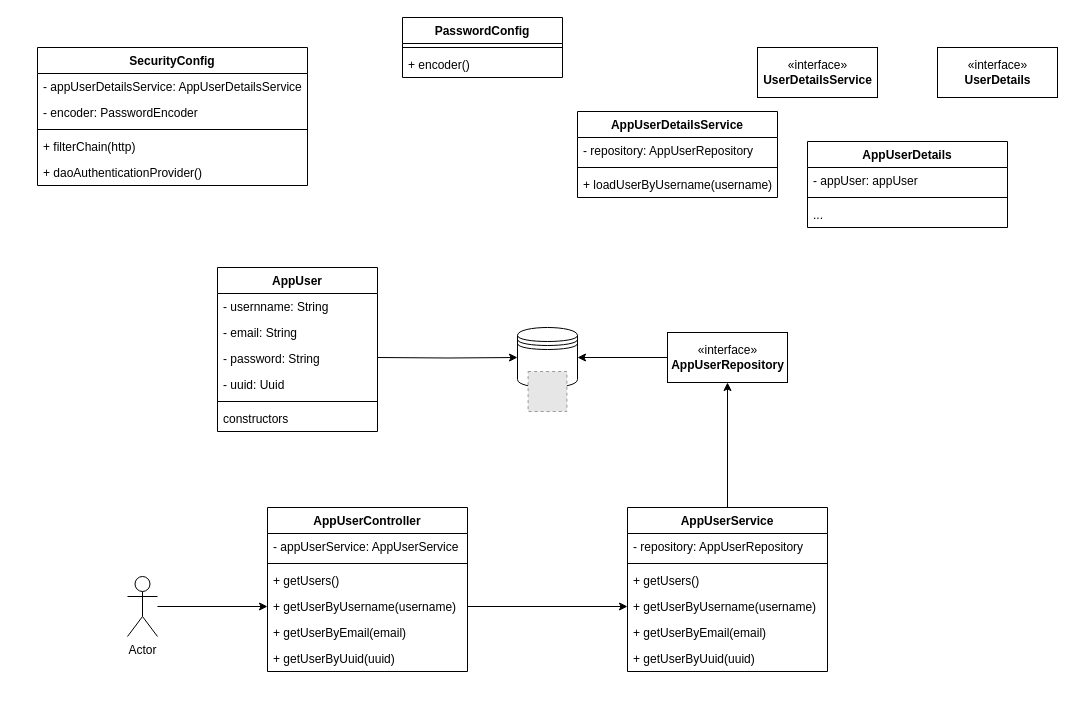
The draw.io diagram user-auth.drawio in xDavide9/spring-auth, before the edit. Source tidied: cells renumbered, new cells numbered last; positions are measured from the earlier drawing's top-left corner, leaving out a move shared by most shapes. Both pictures are drawn from the tidied source at 100%, with x=0, y=0 at pixel (37, 17). Pictures stored in the file or linked from it are replaced by grey dashed boxes.
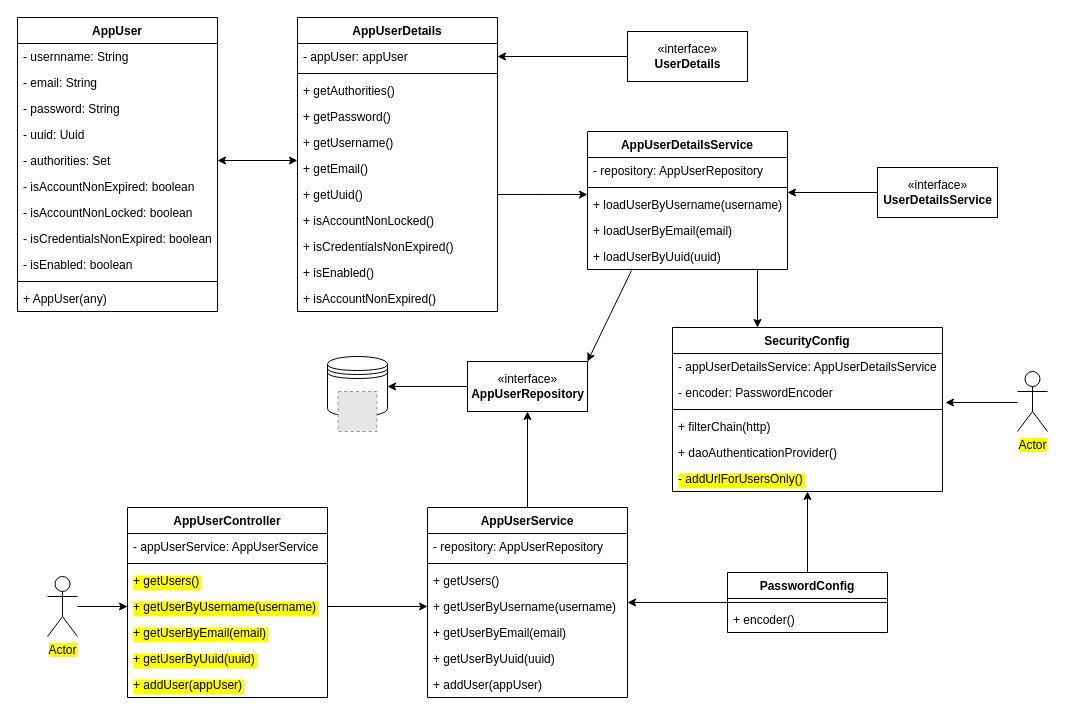
The same page after the edit.

Commit message:
Finish UML class diagram

The change refers to these unchanged cells:
```xml
<mxCell id="13" value="- encoder: PasswordEncoder" style="text;strokeColor=none;fillColor=none;align=left;verticalAlign=top;spacingLeft=4;spacingRight=4;overflow=hidden;points=[[0,0.5],[1,0.5]];portConstraint=eastwest;" parent="11" vertex="1">
  <mxGeometry y="52" width="270" height="26" as="geometry" />
</mxCell>
<mxCell id="22" value="- appUser: appUser" style="text;strokeColor=none;fillColor=none;align=left;verticalAlign=top;spacingLeft=4;spacingRight=4;overflow=hidden;points=[[0,0.5],[1,0.5]];portConstraint=eastwest;" parent="21" vertex="1">
  <mxGeometry y="26" width="200" height="26" as="geometry" />
</mxCell>
```

Diff of the diagram source:
```diff
@@
     <mxCell id="2" style="shape=datastore;whiteSpace=wrap;html=1;" parent="1" vertex="1">
-      <mxGeometry x="480" y="310" width="60" height="60" as="geometry" />
+      <mxGeometry x="290" y="339" width="60" height="60" as="geometry" />
     </mxCell>
     <mxCell id="3" style="fillColor=#E6E6E6;strokeColor=#999999;dashed=1;verticalLabelPosition=bottom;labelBackgroundColor=default;verticalAlign=top;" parent="1" vertex="1">
-      <mxGeometry x="490.6" y="354" width="38.8" height="40" as="geometry" />
+      <mxGeometry x="300.6" y="374" width="38.8" height="40" as="geometry" />
     </mxCell>
     <mxCell id="4" value="AppUser" style="swimlane;fontStyle=1;align=center;verticalAlign=top;horizontal=1;startSize=26;strokeColor=default;" parent="1" vertex="1">
-      <mxGeometry x="180" y="250" width="160" height="164" as="geometry" />
+      <mxGeometry x="-20" width="200" height="294" as="geometry" />
     </mxCell>
     <mxCell id="5" value="- usernname: String" style="text;strokeColor=none;fillColor=none;align=left;verticalAlign=top;spacingLeft=4;spacingRight=4;overflow=hidden;" parent="4" vertex="1">
-      <mxGeometry y="26" width="160" height="26" as="geometry" />
+      <mxGeometry y="26" width="200" height="26" as="geometry" />
     </mxCell>
     <mxCell id="6" value="- email: String" style="text;strokeColor=none;fillColor=none;align=left;verticalAlign=top;spacingLeft=4;spacingRight=4;overflow=hidden;" parent="4" vertex="1">
-      <mxGeometry y="52" width="160" height="26" as="geometry" />
+      <mxGeometry y="52" width="200" height="26" as="geometry" />
     </mxCell>
     <mxCell id="7" value="- password: String" style="text;strokeColor=none;fillColor=none;align=left;verticalAlign=top;spacingLeft=4;spacingRight=4;overflow=hidden;" parent="4" vertex="1">
-      <mxGeometry y="78" width="160" height="26" as="geometry" />
+      <mxGeometry y="78" width="200" height="26" as="geometry" />
     </mxCell>
     <mxCell id="8" value="- uuid: Uuid" style="text;strokeColor=none;fillColor=none;align=left;verticalAlign=top;spacingLeft=4;spacingRight=4;overflow=hidden;" parent="4" vertex="1">
-      <mxGeometry y="104" width="160" height="26" as="geometry" />
+      <mxGeometry y="104" width="200" height="26" as="geometry" />
     </mxCell>
+    <mxCell id="10" value="- authorities: Set" style="text;strokeColor=none;fillColor=none;align=left;verticalAlign=top;spacingLeft=4;spacingRight=4;overflow=hidden;points=[[0,0.5],[1,0.5]];portConstraint=eastwest;" parent="4" vertex="1">
+      <mxGeometry y="130" width="200" height="26" as="geometry" />
+    </mxCell>
+    <mxCell id="51" value="- isAccountNonExpired: boolean" style="text;strokeColor=none;fillColor=none;align=left;verticalAlign=top;spacingLeft=4;spacingRight=4;overflow=hidden;" parent="4" vertex="1">
+      <mxGeometry y="156" width="200" height="26" as="geometry" />
+    </mxCell>
+    <mxCell id="52" value="- isAccountNonLocked: boolean" style="text;strokeColor=none;fillColor=none;align=left;verticalAlign=top;spacingLeft=4;spacingRight=4;overflow=hidden;" parent="4" vertex="1">
+      <mxGeometry y="182" width="200" height="26" as="geometry" />
+    </mxCell>
+    <mxCell id="53" value="- isCredentialsNonExpired: boolean" style="text;strokeColor=none;fillColor=none;align=left;verticalAlign=top;spacingLeft=4;spacingRight=4;overflow=hidden;" parent="4" vertex="1">
+      <mxGeometry y="208" width="200" height="26" as="geometry" />
+    </mxCell>
+    <mxCell id="54" value="- isEnabled: boolean" style="text;strokeColor=none;fillColor=none;align=left;verticalAlign=top;spacingLeft=4;spacingRight=4;overflow=hidden;" parent="4" vertex="1">
+      <mxGeometry y="234" width="200" height="26" as="geometry" />
+    </mxCell>
     <mxCell id="9" style="line;strokeWidth=1;fillColor=none;align=left;verticalAlign=middle;spacingTop=-1;spacingLeft=3;spacingRight=3;labelPosition=right;strokeColor=inherit;" parent="4" vertex="1">
-      <mxGeometry y="130" width="160" height="8" as="geometry" />
+      <mxGeometry y="260" width="200" height="8" as="geometry" />
     </mxCell>
-    <mxCell id="10" value="constructors" style="text;strokeColor=none;fillColor=none;align=left;verticalAlign=top;spacingLeft=4;spacingRight=4;overflow=hidden;points=[[0,0.5],[1,0.5]];portConstraint=eastwest;" parent="4" vertex="1">
-      <mxGeometry y="138" width="160" height="26" as="geometry" />
-    </mxCell>
+    <mxCell id="55" value="+ AppUser(any)" style="text;strokeColor=none;fillColor=none;align=left;verticalAlign=top;spacingLeft=4;spacingRight=4;overflow=hidden;" parent="4" vertex="1">
+      <mxGeometry y="268" width="200" height="26" as="geometry" />
+    </mxCell>
     <mxCell id="11" value="SecurityConfig" style="swimlane;fontStyle=1;align=center;verticalAlign=top;horizontal=1;startSize=26;strokeColor=default;" parent="1" vertex="1">
-      <mxGeometry y="30" width="270" height="138" as="geometry" />
+      <mxGeometry x="635" y="310" width="270" height="164" as="geometry" />
     </mxCell>
@@
+    <mxCell id="56" value="- addUrlForUsersOnly()" style="text;strokeColor=none;fillColor=none;align=left;verticalAlign=top;spacingLeft=4;spacingRight=4;overflow=hidden;labelBackgroundColor=#FFFF00;" parent="11" vertex="1">
+      <mxGeometry y="138" width="270" height="26" as="geometry" />
+    </mxCell>
     <mxCell id="17" value="AppUserDetailsService" style="swimlane;fontStyle=1;align=center;verticalAlign=top;horizontal=1;startSize=26;strokeColor=default;" parent="1" vertex="1">
-      <mxGeometry x="540" y="94" width="200" height="86" as="geometry" />
+      <mxGeometry x="550" y="114" width="200" height="138" as="geometry" />
     </mxCell>
@@
+    <mxCell id="57" value="+ loadUserByEmail(email)" style="text;strokeColor=none;fillColor=none;align=left;verticalAlign=top;spacingLeft=4;spacingRight=4;overflow=hidden;" parent="17" vertex="1">
+      <mxGeometry y="86" width="200" height="26" as="geometry" />
+    </mxCell>
+    <mxCell id="58" value="+ loadUserByUuid(uuid)" style="text;strokeColor=none;fillColor=none;align=left;verticalAlign=top;spacingLeft=4;spacingRight=4;overflow=hidden;points=[[0,0.5],[1,0.5]];portConstraint=eastwest;" parent="17" vertex="1">
+      <mxGeometry y="112" width="200" height="26" as="geometry" />
+    </mxCell>
     <mxCell id="21" value="AppUserDetails" style="swimlane;fontStyle=1;align=center;verticalAlign=top;horizontal=1;startSize=26;strokeColor=default;" parent="1" vertex="1">
-      <mxGeometry x="770" y="124" width="200" height="86" as="geometry" />
+      <mxGeometry x="260" width="200" height="294" as="geometry" />
     </mxCell>
@@
-    <mxCell id="24" value="..." style="text;strokeColor=none;fillColor=none;align=left;verticalAlign=top;spacingLeft=4;spacingRight=4;overflow=hidden;" parent="21" vertex="1">
+    <mxCell id="24" value="+ getAuthorities()" style="text;strokeColor=none;fillColor=none;align=left;verticalAlign=top;spacingLeft=4;spacingRight=4;overflow=hidden;" parent="21" vertex="1">
       <mxGeometry y="60" width="200" height="26" as="geometry" />
     </mxCell>
+    <mxCell id="59" value="+ getPassword()" style="text;strokeColor=none;fillColor=none;align=left;verticalAlign=top;spacingLeft=4;spacingRight=4;overflow=hidden;" parent="21" vertex="1">
+      <mxGeometry y="86" width="200" height="26" as="geometry" />
+    </mxCell>
+    <mxCell id="60" value="+ getUsername()" style="text;strokeColor=none;fillColor=none;align=left;verticalAlign=top;spacingLeft=4;spacingRight=4;overflow=hidden;" parent="21" vertex="1">
+      <mxGeometry y="112" width="200" height="26" as="geometry" />
+    </mxCell>
+    <mxCell id="61" value="+ getEmail()&#10;" style="text;strokeColor=none;fillColor=none;align=left;verticalAlign=top;spacingLeft=4;spacingRight=4;overflow=hidden;" parent="21" vertex="1">
+      <mxGeometry y="138" width="200" height="26" as="geometry" />
+    </mxCell>
+    <mxCell id="62" style="edgeStyle=orthogonalEdgeStyle;rounded=0;jettySize=auto;html=1;exitX=1;exitY=0.5;exitDx=0;exitDy=0;" parent="21" edge="1" source="63">
+      <mxGeometry relative="1" as="geometry">
+        <mxPoint x="290" y="177" as="targetPoint" />
+      </mxGeometry>
+    </mxCell>
+    <mxCell id="63" value="+ getUuid()" style="text;strokeColor=none;fillColor=none;align=left;verticalAlign=top;spacingLeft=4;spacingRight=4;overflow=hidden;points=[[0,0.5],[1,0.5]];portConstraint=eastwest;" parent="21" vertex="1">
+      <mxGeometry y="164" width="200" height="26" as="geometry" />
+    </mxCell>
+    <mxCell id="64" value="+ isAccountNonLocked()" style="text;strokeColor=none;fillColor=none;align=left;verticalAlign=top;spacingLeft=4;spacingRight=4;overflow=hidden;" parent="21" vertex="1">
+      <mxGeometry y="190" width="200" height="26" as="geometry" />
+    </mxCell>
+    <mxCell id="65" value="+ isCredentialsNonExpired()" style="text;strokeColor=none;fillColor=none;align=left;verticalAlign=top;spacingLeft=4;spacingRight=4;overflow=hidden;" parent="21" vertex="1">
+      <mxGeometry y="216" width="200" height="26" as="geometry" />
+    </mxCell>
+    <mxCell id="66" value="+ isEnabled()" style="text;strokeColor=none;fillColor=none;align=left;verticalAlign=top;spacingLeft=4;spacingRight=4;overflow=hidden;" parent="21" vertex="1">
+      <mxGeometry y="242" width="200" height="26" as="geometry" />
+    </mxCell>
+    <mxCell id="67" value="+ isAccountNonExpired()" style="text;strokeColor=none;fillColor=none;align=left;verticalAlign=top;spacingLeft=4;spacingRight=4;overflow=hidden;" parent="21" vertex="1">
+      <mxGeometry y="268" width="200" height="26" as="geometry" />
+    </mxCell>
+    <mxCell id="68" style="edgeStyle=orthogonalEdgeStyle;rounded=0;jettySize=auto;html=1;exitX=0.5;exitY=0;exitDx=0;exitDy=0;entryX=0.5;entryY=1;entryDx=0;entryDy=0;" parent="1" edge="1" source="25" target="11">
+      <mxGeometry relative="1" as="geometry" />
+    </mxCell>
+    <mxCell id="69" style="edgeStyle=orthogonalEdgeStyle;rounded=0;jettySize=auto;html=1;exitX=0;exitY=0.5;exitDx=0;exitDy=0;" parent="1" edge="1" source="25">
+      <mxGeometry relative="1" as="geometry">
+        <mxPoint x="590" y="585" as="targetPoint" />
+      </mxGeometry>
+    </mxCell>
     <mxCell id="25" value="PasswordConfig" style="swimlane;fontStyle=1;align=center;verticalAlign=top;horizontal=1;startSize=26;strokeColor=default;" parent="1" vertex="1">
-      <mxGeometry x="365" width="160" height="60" as="geometry" />
+      <mxGeometry x="690" y="555" width="160" height="60" as="geometry" />
     </mxCell>
@@
-    <mxCell id="28" style="rounded=0;jettySize=auto;html=1;exitX=0;exitY=0.5;exitDx=0;exitDy=0;entryX=1;entryY=0.5;entryDx=0;entryDy=0;edgeStyle=orthogonalEdgeStyle;" parent="1" edge="1" source="29" target="2">
-      <mxGeometry relative="1" as="geometry">
-        <Array as="points">
-          <mxPoint x="630" y="340" />
-        </Array>
-      </mxGeometry>
-    </mxCell>
+    <mxCell id="70" style="edgeStyle=orthogonalEdgeStyle;rounded=0;jettySize=auto;html=1;exitX=0;exitY=0.5;exitDx=0;exitDy=0;" parent="1" edge="1" source="29">
+      <mxGeometry relative="1" as="geometry">
+        <mxPoint x="350" y="369" as="targetPoint" />
+      </mxGeometry>
+    </mxCell>
     <mxCell id="29" value="«interface»&lt;br&gt;&lt;b&gt;AppUserRepository&lt;/b&gt;" style="html=1;strokeColor=default;" parent="1" vertex="1">
-      <mxGeometry x="630" y="315" width="120" height="50" as="geometry" />
+      <mxGeometry x="430" y="344" width="120" height="50" as="geometry" />
     </mxCell>
     <mxCell id="30" value="«interface»&lt;br&gt;&lt;b&gt;UserDetails&lt;/b&gt;" style="html=1;strokeColor=default;" parent="1" vertex="1">
-      <mxGeometry x="900" y="30" width="120" height="50" as="geometry" />
+      <mxGeometry x="590" y="14" width="120" height="50" as="geometry" />
     </mxCell>
     <mxCell id="31" value="«interface»&lt;br&gt;&lt;b&gt;UserDetailsService&lt;/b&gt;" style="html=1;strokeColor=default;" parent="1" vertex="1">
-      <mxGeometry x="720" y="30" width="120" height="50" as="geometry" />
+      <mxGeometry x="840" y="150" width="120" height="50" as="geometry" />
     </mxCell>
     <mxCell id="32" value="AppUserController" style="swimlane;fontStyle=1;align=center;verticalAlign=top;horizontal=1;startSize=26;strokeColor=default;" parent="1" vertex="1">
-      <mxGeometry x="230" y="490" width="200" height="164" as="geometry" />
+      <mxGeometry x="90" y="490" width="200" height="190" as="geometry" />
     </mxCell>
@@
-    <mxCell id="35" value="+ getUsers()" style="text;strokeColor=none;fillColor=none;align=left;verticalAlign=top;spacingLeft=4;spacingRight=4;overflow=hidden;" parent="32" vertex="1">
+    <mxCell id="35" value="+ getUsers()" style="text;strokeColor=none;fillColor=none;align=left;verticalAlign=top;spacingLeft=4;spacingRight=4;overflow=hidden;labelBackgroundColor=#FFFF00;" parent="32" vertex="1">
       <mxGeometry y="60" width="200" height="26" as="geometry" />
     </mxCell>
-    <mxCell id="36" value="+ getUserByUsername(username)" style="text;strokeColor=none;fillColor=none;align=left;verticalAlign=top;spacingLeft=4;spacingRight=4;overflow=hidden;points=[[0,0.5],[1,0.5]];portConstraint=eastwest;" parent="32" vertex="1">
+    <mxCell id="36" value="+ getUserByUsername(username)" style="text;strokeColor=none;fillColor=none;align=left;verticalAlign=top;spacingLeft=4;spacingRight=4;overflow=hidden;points=[[0,0.5],[1,0.5]];portConstraint=eastwest;labelBackgroundColor=#FFFF00;" parent="32" vertex="1">
       <mxGeometry y="86" width="200" height="26" as="geometry" />
     </mxCell>
-    <mxCell id="37" value="+ getUserByEmail(email)" style="text;strokeColor=none;fillColor=none;align=left;verticalAlign=top;spacingLeft=4;spacingRight=4;overflow=hidden;" parent="32" vertex="1">
+    <mxCell id="37" value="+ getUserByEmail(email)" style="text;strokeColor=none;fillColor=none;align=left;verticalAlign=top;spacingLeft=4;spacingRight=4;overflow=hidden;labelBackgroundColor=#FFFF00;" parent="32" vertex="1">
       <mxGeometry y="112" width="200" height="26" as="geometry" />
     </mxCell>
-    <mxCell id="38" value="+ getUserByUuid(uuid)" style="text;strokeColor=none;fillColor=none;align=left;verticalAlign=top;spacingLeft=4;spacingRight=4;overflow=hidden;" parent="32" vertex="1">
+    <mxCell id="38" value="+ getUserByUuid(uuid)" style="text;strokeColor=none;fillColor=none;align=left;verticalAlign=top;spacingLeft=4;spacingRight=4;overflow=hidden;labelBackgroundColor=#FFFF00;" parent="32" vertex="1">
       <mxGeometry y="138" width="200" height="26" as="geometry" />
     </mxCell>
+    <mxCell id="71" value="+ addUser(appUser)" style="text;strokeColor=none;fillColor=none;align=left;verticalAlign=top;spacingLeft=4;spacingRight=4;overflow=hidden;labelBackgroundColor=#FFFF00;" parent="32" vertex="1">
+      <mxGeometry y="164" width="200" height="26" as="geometry" />
+    </mxCell>
+    <mxCell id="48" style="edgeStyle=orthogonalEdgeStyle;rounded=0;jettySize=auto;html=1;exitX=0.5;exitY=0;exitDx=0;exitDy=0;entryX=0.5;entryY=1;entryDx=0;entryDy=0;" parent="1" edge="1" source="39" target="29">
+      <mxGeometry relative="1" as="geometry" />
+    </mxCell>
     <mxCell id="39" value="AppUserService" style="swimlane;fontStyle=1;align=center;verticalAlign=top;horizontal=1;startSize=26;strokeColor=default;" parent="1" vertex="1">
-      <mxGeometry x="590" y="490" width="200" height="164" as="geometry" />
+      <mxGeometry x="390" y="490" width="200" height="190" as="geometry" />
     </mxCell>
@@
-    <mxCell id="46" style="edgeStyle=orthogonalEdgeStyle;rounded=0;jettySize=auto;html=1;entryX=0;entryY=0.5;entryDx=0;entryDy=0;" parent="1" edge="1" target="2">
-      <mxGeometry relative="1" as="geometry">
-        <mxPoint x="340" y="340" as="sourcePoint" />
-      </mxGeometry>
-    </mxCell>
+    <mxCell id="72" value="+ addUser(appUser)" style="text;strokeColor=none;fillColor=none;align=left;verticalAlign=top;spacingLeft=4;spacingRight=4;overflow=hidden;" parent="39" vertex="1">
+      <mxGeometry y="164" width="200" height="26" as="geometry" />
+    </mxCell>
@@
-    <mxCell id="48" style="edgeStyle=orthogonalEdgeStyle;rounded=0;jettySize=auto;html=1;exitX=0.5;exitY=0;exitDx=0;exitDy=0;entryX=0.5;entryY=1;entryDx=0;entryDy=0;" parent="1" edge="1" source="39" target="29">
-      <mxGeometry relative="1" as="geometry">
-        <Array as="points">
-          <mxPoint x="690" y="490" />
-        </Array>
-      </mxGeometry>
-    </mxCell>
@@
-    <mxCell id="50" value="Actor" style="shape=umlActor;verticalLabelPosition=bottom;verticalAlign=top;html=1;strokeColor=default;" parent="1" vertex="1">
-      <mxGeometry x="90" y="559" width="30" height="60" as="geometry" />
+    <mxCell id="50" value="Actor" style="shape=umlActor;verticalLabelPosition=bottom;verticalAlign=top;html=1;strokeColor=default;labelBackgroundColor=#FFFF00;" parent="1" vertex="1">
+      <mxGeometry x="10" y="559" width="30" height="60" as="geometry" />
     </mxCell>
+    <mxCell id="73" style="endArrow=classic;startArrow=classic;html=1;rounded=0;exitX=1;exitY=0.5;exitDx=0;exitDy=0;" parent="1" edge="1" source="10">
+      <mxGeometry relative="1" as="geometry">
+        <mxPoint x="260" y="143" as="targetPoint" />
+      </mxGeometry>
+    </mxCell>
+    <mxCell id="74" style="endArrow=classic;html=1;rounded=0;exitX=0.85;exitY=1;exitDx=0;exitDy=0;exitPerimeter=0;" parent="1" edge="1" source="58">
+      <mxGeometry relative="1" as="geometry">
+        <mxPoint x="720" y="310" as="targetPoint" />
+      </mxGeometry>
+    </mxCell>
+    <mxCell id="75" style="endArrow=classic;html=1;rounded=0;exitX=0;exitY=0.5;exitDx=0;exitDy=0;" parent="1" edge="1" source="31">
+      <mxGeometry relative="1" as="geometry">
+        <mxPoint x="750" y="175" as="targetPoint" />
+      </mxGeometry>
+    </mxCell>
+    <mxCell id="76" style="edgeStyle=orthogonalEdgeStyle;rounded=0;jettySize=auto;html=1;exitX=0;exitY=0.5;exitDx=0;exitDy=0;entryX=1;entryY=0.5;entryDx=0;entryDy=0;" parent="1" edge="1" source="30" target="22">
+      <mxGeometry relative="1" as="geometry" />
+    </mxCell>
+    <mxCell id="77" value="Actor" style="shape=umlActor;verticalLabelPosition=bottom;verticalAlign=top;html=1;labelBackgroundColor=#FFFF00;" parent="1" vertex="1">
+      <mxGeometry x="980" y="354" width="30" height="60" as="geometry" />
+    </mxCell>
+    <mxCell id="78" style="endArrow=classic;html=1;rounded=0;entryX=1.011;entryY=0.885;entryDx=0;entryDy=0;entryPerimeter=0;" parent="1" edge="1" target="13">
+      <mxGeometry relative="1" as="geometry">
+        <mxPoint x="980" y="385" as="sourcePoint" />
+      </mxGeometry>
+    </mxCell>
+    <mxCell id="79" style="endArrow=classic;html=1;rounded=0;exitX=0.22;exitY=1.038;exitDx=0;exitDy=0;exitPerimeter=0;entryX=1;entryY=0;entryDx=0;entryDy=0;" parent="1" edge="1" source="58" target="29">
+      <mxGeometry relative="1" as="geometry" />
+    </mxCell>
```
